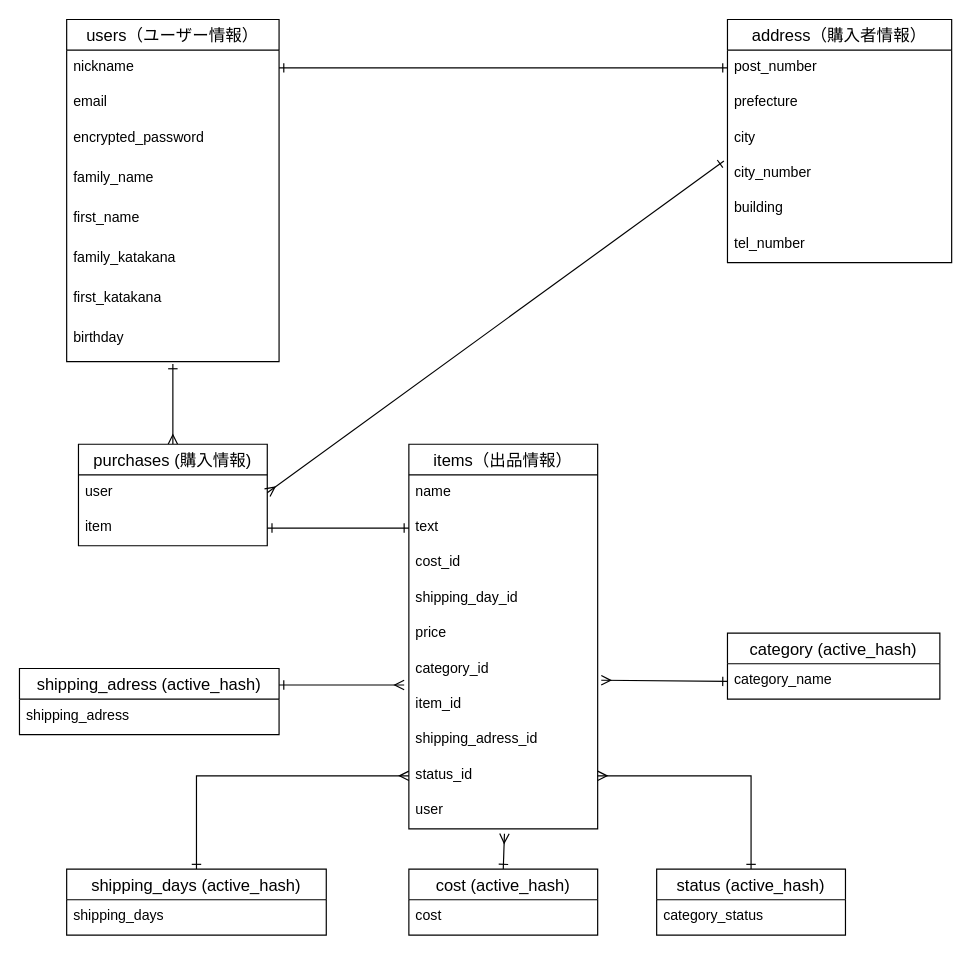
Before: test.dio in gocci45/furima-32064, a draw.io diagram. Source tidied: cells renumbered, new cells numbered last; positions are measured from the earlier drawing's top-left corner, leaving out a move shared by most shapes. Both pictures are drawn from the tidied source at 118%, with x=0, y=0 at pixel (19, 19).
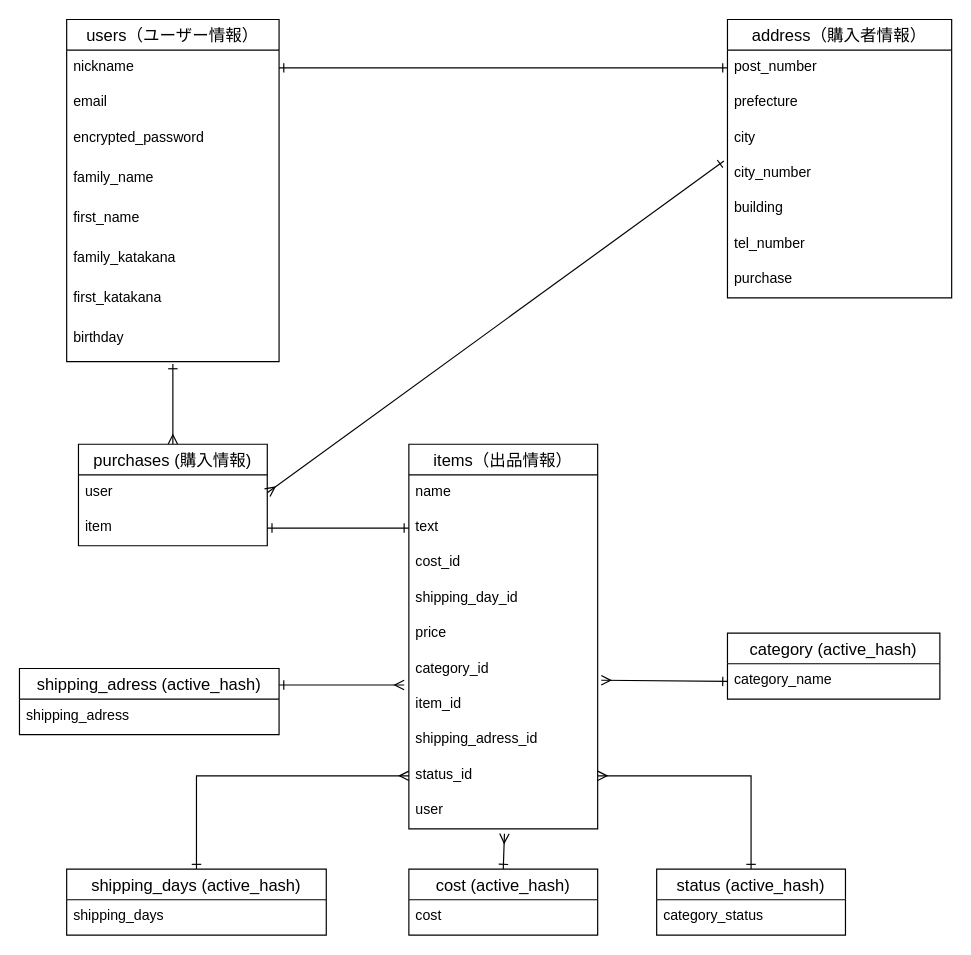
After the change.

Change to the diagram source:
```diff
@@
     <mxCell id="11" value="address（購入者情報）" style="swimlane;fontStyle=0;horizontal=1;startSize=26;align=center;fontSize=14;" parent="1" vertex="1">
-      <mxGeometry x="600" width="190" height="206" as="geometry" />
+      <mxGeometry x="600" width="190" height="236" as="geometry" />
     </mxCell>
@@
+    <mxCell id="51" value="purchase" style="text;strokeColor=none;fillColor=none;spacingLeft=4;spacingRight=4;overflow=hidden;fontSize=12;" parent="11" vertex="1">
+      <mxGeometry y="206" width="190" height="30" as="geometry" />
+    </mxCell>
```
